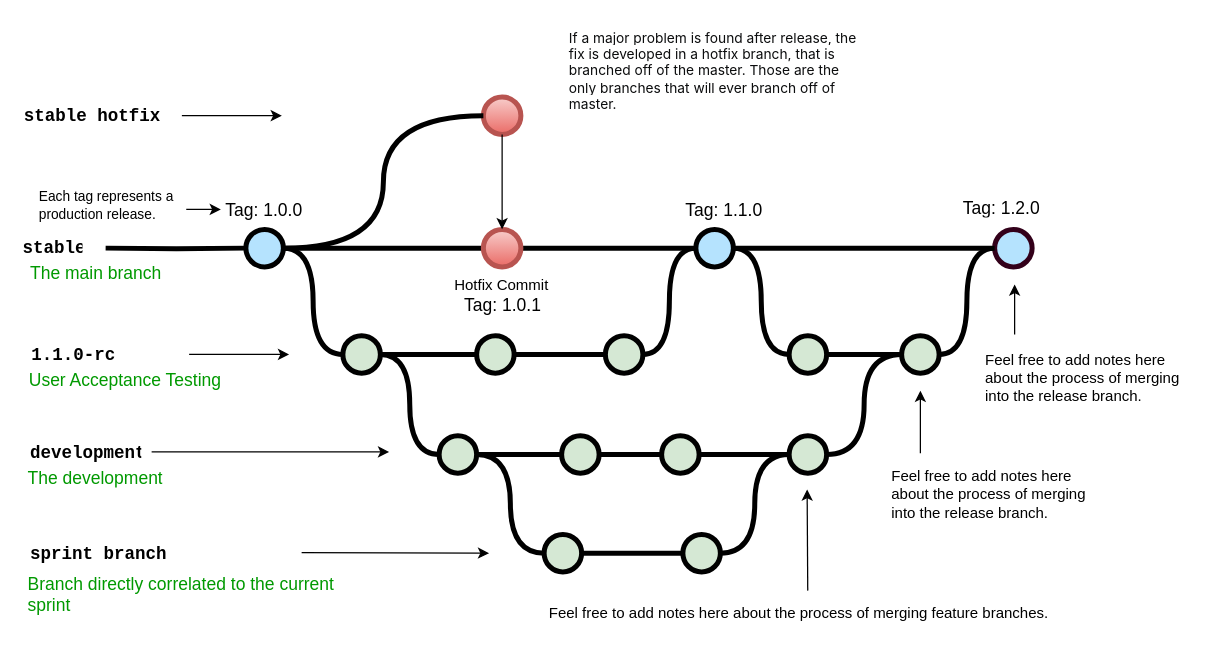
The draw.io diagram Untitled Diagram.drawio in Flat-Tree/HW.Diagrams, before the edit. Source tidied: cells renumbered, new cells numbered last; positions are measured from the earlier drawing's top-left corner, leaving out a move shared by most shapes. Both pictures are drawn from the tidied source at 125%, with x=0, y=0 at pixel (21, 21).
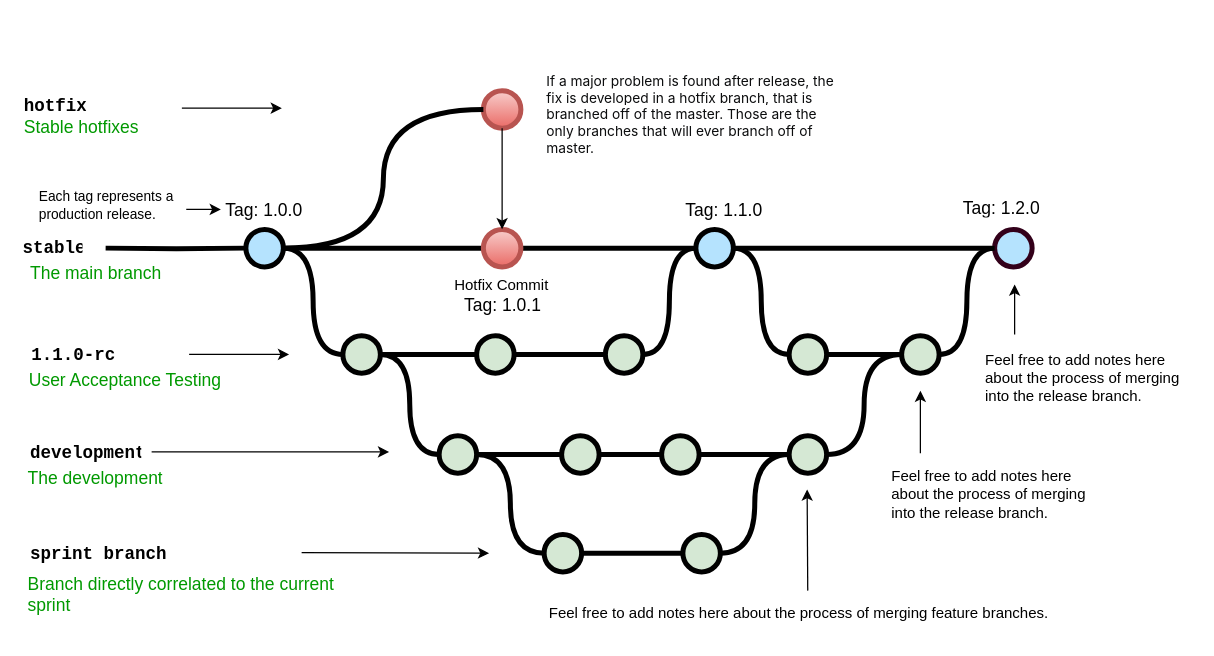
The same diagram, later.

Change to the diagram source:
```diff
@@
     <mxCell id="60" value="&lt;span style=&quot;color: rgb(12, 13, 14); font-family: -apple-system, BlinkMacSystemFont, &amp;quot;Segoe UI Adjusted&amp;quot;, &amp;quot;Segoe UI&amp;quot;, &amp;quot;Liberation Sans&amp;quot;, sans-serif; font-size: 11px; font-style: normal; font-variant-ligatures: normal; font-variant-caps: normal; font-weight: 400; letter-spacing: normal; orphans: 2; text-align: left; text-indent: 0px; text-transform: none; widows: 2; word-spacing: 0px; -webkit-text-stroke-width: 0px; background-color: rgb(255, 255, 255); text-decoration-thickness: initial; text-decoration-style: initial; text-decoration-color: initial; float: none; display: inline !important;&quot;&gt;If a major problem is found after release, the fix is developed in a hotfix branch, that is branched off of the master. Those are the only branches that will ever branch off of master.&lt;/span&gt;" style="text;whiteSpace=wrap;html=1;fontSize=11;" parent="1" vertex="1">
-      <mxGeometry x="436" width="236.5" height="80" as="geometry" />
+      <mxGeometry x="417.8" y="35" width="236.5" height="80" as="geometry" />
     </mxCell>
     <mxCell id="61" style="verticalLabelPosition=bottom;verticalAlign=top;html=1;strokeWidth=4;shape=mxgraph.flowchart.on-page_reference;plain-blue;gradientColor=#EA6B66;strokeColor=#B85450;fillColor=#F8CECC;" parent="1" vertex="1">
-      <mxGeometry x="369.2" y="60" width="30" height="30" as="geometry" />
+      <mxGeometry x="369.2" y="55" width="30" height="30" as="geometry" />
     </mxCell>
@@
     <mxCell id="64" style="endArrow=classic;html=1;strokeWidth=1;fontFamily=Courier New;fontColor=#009900;" parent="1" edge="1">
       <mxGeometry relative="1" as="geometry">
-        <mxPoint x="128" y="75" as="sourcePoint" />
-        <mxPoint x="208" y="75" as="targetPoint" />
+        <mxPoint x="128" y="69" as="sourcePoint" />
+        <mxPoint x="208" y="69" as="targetPoint" />
       </mxGeometry>
     </mxCell>
-    <mxCell id="65" value="stable hotfix" style="text;html=1;strokeColor=none;fillColor=none;align=left;verticalAlign=middle;whiteSpace=wrap;overflow=hidden;fontSize=14;fontStyle=1;fontFamily=Courier New;" parent="1" vertex="1">
-      <mxGeometry y="65" width="240" height="20" as="geometry" />
+    <mxCell id="65" value="hotfix" style="text;html=1;strokeColor=none;fillColor=none;align=left;verticalAlign=middle;whiteSpace=wrap;overflow=hidden;fontSize=14;fontStyle=1;fontFamily=Courier New;" parent="1" vertex="1">
+      <mxGeometry y="57" width="117" height="20" as="geometry" />
     </mxCell>
+    <mxCell id="66" value="Stable hotfixes" style="text;html=1;strokeColor=none;fillColor=none;align=left;verticalAlign=middle;whiteSpace=wrap;overflow=hidden;fontSize=14;fontStyle=0;fontColor=#009900;" parent="1" vertex="1">
+      <mxGeometry y="73" width="240" height="20" as="geometry" />
+    </mxCell>
```
